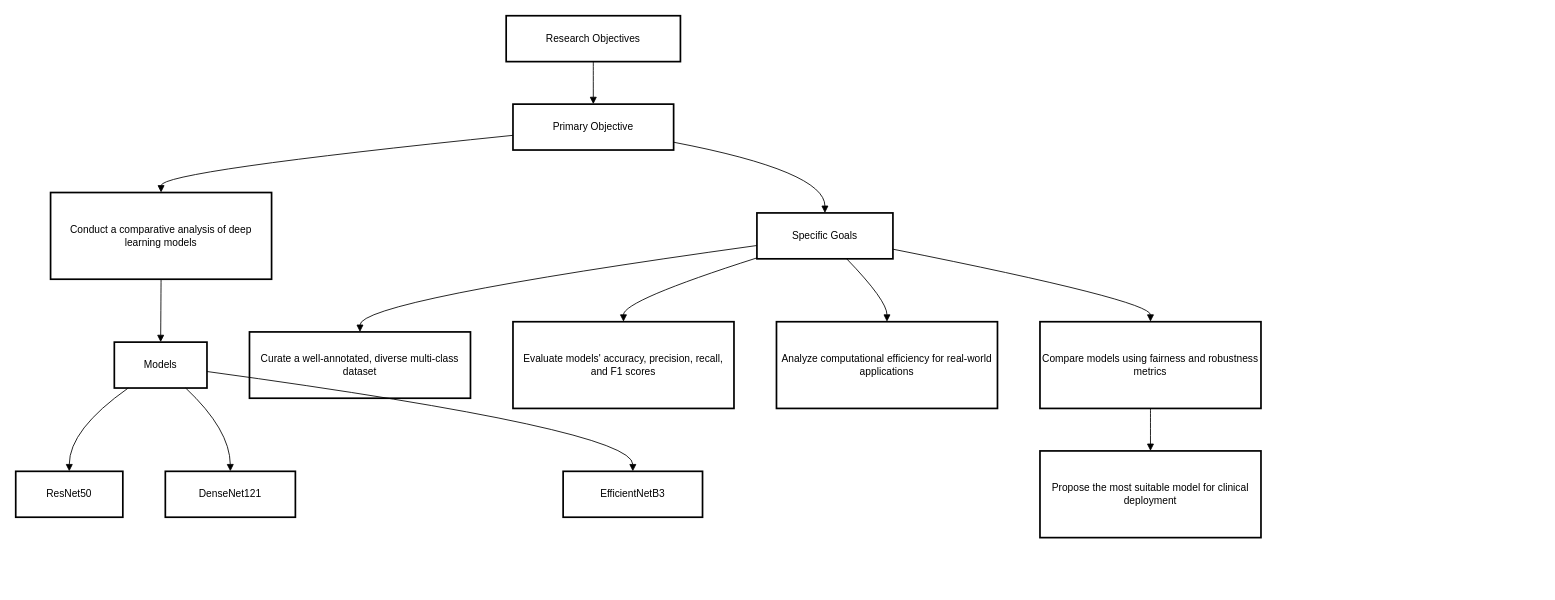
Above: Untitled Diagram.drawio in mahi200112/thesis (draw.io), before the change. Source tidied: cells renumbered, new cells numbered last; positions are measured from the earlier drawing's top-left corner, leaving out a move shared by most shapes. Both pictures are drawn from the tidied source at 85%, with x=0, y=0 at pixel (15, 15).
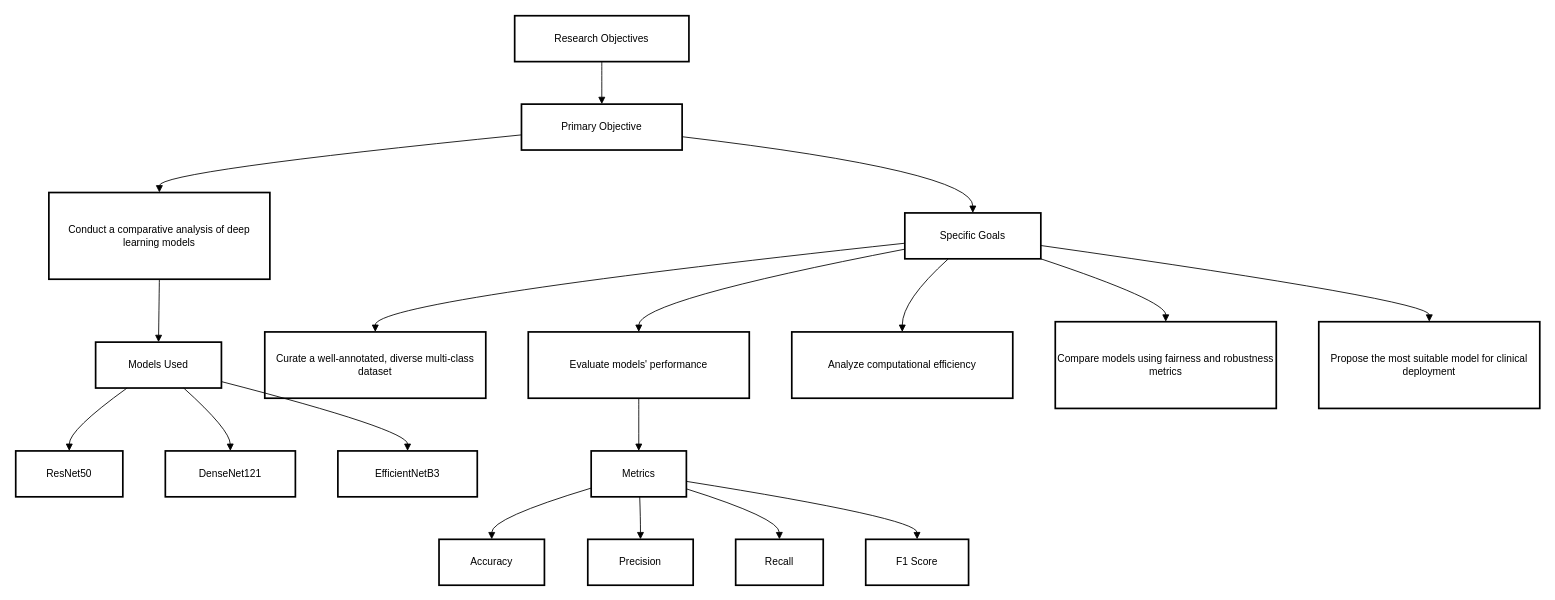
After the change.

The edit, as a diff of the source:
```diff
@@
     <mxCell id="2" value="Research Objectives" style="whiteSpace=wrap;strokeWidth=2;" parent="1" vertex="1">
-      <mxGeometry x="577" width="205" height="54" as="geometry" />
+      <mxGeometry x="587" width="205" height="54" as="geometry" />
     </mxCell>
     <mxCell id="3" value="Primary Objective" style="whiteSpace=wrap;strokeWidth=2;" parent="1" vertex="1">
-      <mxGeometry x="585" y="104" width="189" height="54" as="geometry" />
+      <mxGeometry x="595" y="104" width="189" height="54" as="geometry" />
     </mxCell>
     <mxCell id="4" value="Conduct a comparative analysis of deep learning models" style="whiteSpace=wrap;strokeWidth=2;" parent="1" vertex="1">
-      <mxGeometry x="41" y="208" width="260" height="102" as="geometry" />
+      <mxGeometry x="39" y="208" width="260" height="102" as="geometry" />
     </mxCell>
-    <mxCell id="5" value="Models" style="whiteSpace=wrap;strokeWidth=2;" parent="1" vertex="1">
-      <mxGeometry x="116" y="384" width="109" height="54" as="geometry" />
+    <mxCell id="5" value="Models Used" style="whiteSpace=wrap;strokeWidth=2;" parent="1" vertex="1">
+      <mxGeometry x="94" y="384" width="148" height="54" as="geometry" />
     </mxCell>
     <mxCell id="6" value="ResNet50" style="whiteSpace=wrap;strokeWidth=2;" parent="1" vertex="1">
-      <mxGeometry y="536" width="126" height="54" as="geometry" />
+      <mxGeometry y="512" width="126" height="54" as="geometry" />
     </mxCell>
     <mxCell id="7" value="DenseNet121" style="whiteSpace=wrap;strokeWidth=2;" parent="1" vertex="1">
-      <mxGeometry x="176" y="536" width="153" height="54" as="geometry" />
+      <mxGeometry x="176" y="512" width="153" height="54" as="geometry" />
     </mxCell>
     <mxCell id="8" value="EfficientNetB3" style="whiteSpace=wrap;strokeWidth=2;" parent="1" vertex="1">
-      <mxGeometry x="644" y="536" width="164" height="54" as="geometry" />
+      <mxGeometry x="379" y="512" width="164" height="54" as="geometry" />
     </mxCell>
     <mxCell id="9" value="Specific Goals" style="whiteSpace=wrap;strokeWidth=2;" parent="1" vertex="1">
-      <mxGeometry x="872" y="232" width="160" height="54" as="geometry" />
+      <mxGeometry x="1046" y="232" width="160" height="54" as="geometry" />
     </mxCell>
     <mxCell id="10" value="Curate a well-annotated, diverse multi-class dataset" style="whiteSpace=wrap;strokeWidth=2;" parent="1" vertex="1">
-      <mxGeometry x="275" y="372" width="260" height="78" as="geometry" />
+      <mxGeometry x="293" y="372" width="260" height="78" as="geometry" />
     </mxCell>
-    <mxCell id="11" value="Evaluate models' accuracy, precision, recall, and F1 scores" style="whiteSpace=wrap;strokeWidth=2;" parent="1" vertex="1">
-      <mxGeometry x="585" y="360" width="260" height="102" as="geometry" />
+    <mxCell id="11" value="Evaluate models' performance" style="whiteSpace=wrap;strokeWidth=2;" parent="1" vertex="1">
+      <mxGeometry x="603" y="372" width="260" height="78" as="geometry" />
     </mxCell>
-    <mxCell id="12" value="Analyze computational efficiency for real-world applications" style="whiteSpace=wrap;strokeWidth=2;" parent="1" vertex="1">
-      <mxGeometry x="895" y="360" width="260" height="102" as="geometry" />
+    <mxCell id="12" value="Metrics" style="whiteSpace=wrap;strokeWidth=2;" parent="1" vertex="1">
+      <mxGeometry x="677" y="512" width="112" height="54" as="geometry" />
     </mxCell>
-    <mxCell id="13" value="Compare models using fairness and robustness metrics" style="whiteSpace=wrap;strokeWidth=2;" parent="1" vertex="1">
-      <mxGeometry x="1205" y="360" width="260" height="102" as="geometry" />
+    <mxCell id="13" value="Accuracy" style="whiteSpace=wrap;strokeWidth=2;" parent="1" vertex="1">
+      <mxGeometry x="498" y="616" width="124" height="54" as="geometry" />
     </mxCell>
-    <mxCell id="14" value="Propose the most suitable model for clinical deployment" style="whiteSpace=wrap;strokeWidth=2;" parent="1" vertex="1">
-      <mxGeometry x="1205" y="512" width="260" height="102" as="geometry" />
+    <mxCell id="14" value="Precision" style="whiteSpace=wrap;strokeWidth=2;" parent="1" vertex="1">
+      <mxGeometry x="673" y="616" width="124" height="54" as="geometry" />
     </mxCell>
-    <mxCell id="15" style="curved=1;startArrow=none;endArrow=block;exitX=0.5;exitY=1;entryX=0.5;entryY=0;" parent="1" edge="1" source="2" target="3">
-      <mxGeometry relative="1" as="geometry" />
+    <mxCell id="15" value="Recall" style="whiteSpace=wrap;strokeWidth=2;" parent="1" vertex="1">
+      <mxGeometry x="847" y="616" width="103" height="54" as="geometry" />
     </mxCell>
-    <mxCell id="16" style="curved=1;startArrow=none;endArrow=block;exitX=0;exitY=0.68;entryX=0.5;entryY=0;" parent="1" edge="1" source="3" target="4">
-      <mxGeometry relative="1" as="geometry">
-        <Array as="points">
-          <mxPoint x="171" y="183" />
-        </Array>
-      </mxGeometry>
+    <mxCell id="16" value="F1 Score" style="whiteSpace=wrap;strokeWidth=2;" parent="1" vertex="1">
+      <mxGeometry x="1000" y="616" width="121" height="54" as="geometry" />
     </mxCell>
-    <mxCell id="17" style="curved=1;startArrow=none;endArrow=block;exitX=0.5;exitY=1;entryX=0.5;entryY=0;" parent="1" edge="1" source="4" target="5">
-      <mxGeometry relative="1" as="geometry" />
+    <mxCell id="17" value="Analyze computational efficiency" style="whiteSpace=wrap;strokeWidth=2;" parent="1" vertex="1">
+      <mxGeometry x="913" y="372" width="260" height="78" as="geometry" />
     </mxCell>
-    <mxCell id="18" style="curved=1;startArrow=none;endArrow=block;exitX=0.15;exitY=1;entryX=0.5;entryY=0;" parent="1" edge="1" source="5" target="6">
-      <mxGeometry relative="1" as="geometry">
-        <Array as="points">
-          <mxPoint x="63" y="487" />
-        </Array>
-      </mxGeometry>
+    <mxCell id="18" value="Compare models using fairness and robustness metrics" style="whiteSpace=wrap;strokeWidth=2;" parent="1" vertex="1">
+      <mxGeometry x="1223" y="360" width="260" height="102" as="geometry" />
     </mxCell>
-    <mxCell id="19" style="curved=1;startArrow=none;endArrow=block;exitX=0.77;exitY=1;entryX=0.5;entryY=0;" parent="1" edge="1" source="5" target="7">
-      <mxGeometry relative="1" as="geometry">
-        <Array as="points">
-          <mxPoint x="252" y="487" />
-        </Array>
-      </mxGeometry>
+    <mxCell id="19" value="Propose the most suitable model for clinical deployment" style="whiteSpace=wrap;strokeWidth=2;" parent="1" vertex="1">
+      <mxGeometry x="1533" y="360" width="260" height="102" as="geometry" />
     </mxCell>
-    <mxCell id="20" style="curved=1;startArrow=none;endArrow=block;exitX=1;exitY=0.64;entryX=0.5;entryY=0;" parent="1" edge="1" source="5" target="8">
-      <mxGeometry relative="1" as="geometry">
-        <Array as="points">
-          <mxPoint x="726" y="487" />
-        </Array>
-      </mxGeometry>
+    <mxCell id="20" style="curved=1;startArrow=none;endArrow=block;exitX=0.5;exitY=1;entryX=0.5;entryY=0;" parent="1" edge="1" source="2" target="3">
+      <mxGeometry relative="1" as="geometry" />
     </mxCell>
-    <mxCell id="21" style="curved=1;startArrow=none;endArrow=block;exitX=1;exitY=0.83;entryX=0.5;entryY=0;" parent="1" edge="1" source="3" target="9">
+    <mxCell id="21" style="curved=1;startArrow=none;endArrow=block;exitX=0;exitY=0.67;entryX=0.5;entryY=0;" parent="1" edge="1" source="3" target="4">
       <mxGeometry relative="1" as="geometry">
         <Array as="points">
-          <mxPoint x="952" y="183" />
+          <mxPoint x="169" y="183" />
         </Array>
       </mxGeometry>
     </mxCell>
-    <mxCell id="22" style="curved=1;startArrow=none;endArrow=block;exitX=0;exitY=0.71;entryX=0.5;entryY=0;" parent="1" edge="1" source="9" target="10">
-      <mxGeometry relative="1" as="geometry">
-        <Array as="points">
-          <mxPoint x="405" y="335" />
-        </Array>
-      </mxGeometry>
+    <mxCell id="22" style="curved=1;startArrow=none;endArrow=block;exitX=0.5;exitY=1;entryX=0.5;entryY=0;" parent="1" edge="1" source="4" target="5">
+      <mxGeometry relative="1" as="geometry" />
     </mxCell>
-    <mxCell id="23" style="curved=1;startArrow=none;endArrow=block;exitX=0;exitY=0.98;entryX=0.5;entryY=0;" parent="1" edge="1" source="9" target="11">
+    <mxCell id="23" style="curved=1;startArrow=none;endArrow=block;exitX=0.25;exitY=1;entryX=0.5;entryY=0;" parent="1" edge="1" source="5" target="6">
       <mxGeometry relative="1" as="geometry">
         <Array as="points">
-          <mxPoint x="715" y="335" />
+          <mxPoint x="63" y="487" />
         </Array>
       </mxGeometry>
     </mxCell>
-    <mxCell id="24" style="curved=1;startArrow=none;endArrow=block;exitX=0.66;exitY=1;entryX=0.5;entryY=0;" parent="1" edge="1" source="9" target="12">
+    <mxCell id="24" style="curved=1;startArrow=none;endArrow=block;exitX=0.7;exitY=1;entryX=0.5;entryY=0;" parent="1" edge="1" source="5" target="7">
       <mxGeometry relative="1" as="geometry">
         <Array as="points">
-          <mxPoint x="1025" y="335" />
+          <mxPoint x="252" y="487" />
         </Array>
       </mxGeometry>
     </mxCell>
-    <mxCell id="25" style="curved=1;startArrow=none;endArrow=block;exitX=1;exitY=0.79;entryX=0.5;entryY=0;" parent="1" edge="1" source="9" target="13">
+    <mxCell id="25" style="curved=1;startArrow=none;endArrow=block;exitX=1;exitY=0.86;entryX=0.5;entryY=0;" parent="1" edge="1" source="5" target="8">
       <mxGeometry relative="1" as="geometry">
         <Array as="points">
-          <mxPoint x="1335" y="335" />
+          <mxPoint x="461" y="487" />
         </Array>
       </mxGeometry>
     </mxCell>
-    <mxCell id="26" style="curved=1;startArrow=none;endArrow=block;exitX=0.5;exitY=1;entryX=0.5;entryY=0;" parent="1" edge="1" source="13" target="14">
-      <mxGeometry relative="1" as="geometry" />
+    <mxCell id="26" style="curved=1;startArrow=none;endArrow=block;exitX=1;exitY=0.71;entryX=0.5;entryY=0;" parent="1" edge="1" source="3" target="9">
+      <mxGeometry relative="1" as="geometry">
+        <Array as="points">
+          <mxPoint x="1126" y="183" />
+        </Array>
+      </mxGeometry>
     </mxCell>
+    <mxCell id="27" style="curved=1;startArrow=none;endArrow=block;exitX=0;exitY=0.66;entryX=0.5;entryY=0;" parent="1" edge="1" source="9" target="10">
+      <mxGeometry relative="1" as="geometry">
+        <Array as="points">
+          <mxPoint x="423" y="335" />
+        </Array>
+      </mxGeometry>
+    </mxCell>
+    <mxCell id="28" style="curved=1;startArrow=none;endArrow=block;exitX=0;exitY=0.79;entryX=0.5;entryY=0;" parent="1" edge="1" source="9" target="11">
+      <mxGeometry relative="1" as="geometry">
+        <Array as="points">
+          <mxPoint x="733" y="335" />
+        </Array>
+      </mxGeometry>
+    </mxCell>
+    <mxCell id="29" style="curved=1;startArrow=none;endArrow=block;exitX=0.5;exitY=1;entryX=0.5;entryY=0;" parent="1" edge="1" source="11" target="12">
+      <mxGeometry relative="1" as="geometry" />
+    </mxCell>
+    <mxCell id="30" style="curved=1;startArrow=none;endArrow=block;exitX=0;exitY=0.81;entryX=0.5;entryY=0;" parent="1" edge="1" source="12" target="13">
+      <mxGeometry relative="1" as="geometry">
+        <Array as="points">
+          <mxPoint x="560" y="591" />
+        </Array>
+      </mxGeometry>
+    </mxCell>
+    <mxCell id="31" style="curved=1;startArrow=none;endArrow=block;exitX=0.51;exitY=1;entryX=0.5;entryY=0;" parent="1" edge="1" source="12" target="14">
+      <mxGeometry relative="1" as="geometry">
+        <Array as="points">
+          <mxPoint x="735" y="591" />
+        </Array>
+      </mxGeometry>
+    </mxCell>
+    <mxCell id="32" style="curved=1;startArrow=none;endArrow=block;exitX=0.99;exitY=0.82;entryX=0.5;entryY=0;" parent="1" edge="1" source="12" target="15">
+      <mxGeometry relative="1" as="geometry">
+        <Array as="points">
+          <mxPoint x="898" y="591" />
+        </Array>
+      </mxGeometry>
+    </mxCell>
+    <mxCell id="33" style="curved=1;startArrow=none;endArrow=block;exitX=0.99;exitY=0.66;entryX=0.5;entryY=0;" parent="1" edge="1" source="12" target="16">
+      <mxGeometry relative="1" as="geometry">
+        <Array as="points">
+          <mxPoint x="1060" y="591" />
+        </Array>
+      </mxGeometry>
+    </mxCell>
+    <mxCell id="34" style="curved=1;startArrow=none;endArrow=block;exitX=0.32;exitY=1;entryX=0.5;entryY=0;" parent="1" edge="1" source="9" target="17">
+      <mxGeometry relative="1" as="geometry">
+        <Array as="points">
+          <mxPoint x="1043" y="335" />
+        </Array>
+      </mxGeometry>
+    </mxCell>
+    <mxCell id="35" style="curved=1;startArrow=none;endArrow=block;exitX=1;exitY=1;entryX=0.5;entryY=0;" parent="1" edge="1" source="9" target="18">
+      <mxGeometry relative="1" as="geometry">
+        <Array as="points">
+          <mxPoint x="1353" y="335" />
+        </Array>
+      </mxGeometry>
+    </mxCell>
+    <mxCell id="36" style="curved=1;startArrow=none;endArrow=block;exitX=1;exitY=0.71;entryX=0.5;entryY=0;" parent="1" edge="1" source="9" target="19">
+      <mxGeometry relative="1" as="geometry">
+        <Array as="points">
+          <mxPoint x="1663" y="335" />
+        </Array>
+      </mxGeometry>
+    </mxCell>
```
